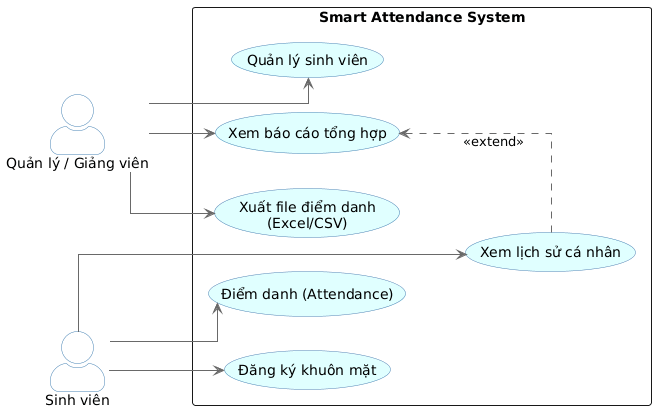
Above: uml/usecase.png in LeVietThanh1412/BTL-2526II_AIT3004_2-smart_attendance_system (PlantUML), before the change. Its diagram source:
```plantuml
@startuml
left to right direction
skinparam packageStyle rectangle
skinparam actorStyle awesome
skinparam linetype ortho

skinparam usecase {
    BackgroundColor LightCyan
    BorderColor SteelBlue
    ArrowColor DimGray
    FontName Arial
}
skinparam actor {
    BackgroundColor White
    BorderColor SteelBlue
    FontName Arial
}

actor "Sinh viên" as SV
actor "Quản lý / Giảng viên" as GV

rectangle "Smart Attendance System" {

    usecase "Đăng ký khuôn mặt" as UC_Register
    usecase "Điểm danh (Attendance)" as UC_CheckIn
    usecase "Xem lịch sử cá nhân" as UC_PersonalHistory

    usecase "Quản lý sinh viên" as UC_ManageStudents
    usecase "Xem báo cáo tổng hợp" as UC_ViewReport
    usecase "Xuất file điểm danh\n(Excel/CSV)" as UC_ExportReport
}

SV --> UC_Register
SV --> UC_CheckIn
SV --> UC_PersonalHistory

GV --> UC_ManageStudents
GV --> UC_ViewReport
GV --> UC_ExportReport

UC_PersonalHistory .up.> UC_ViewReport : <<extend>>
@enduml
```
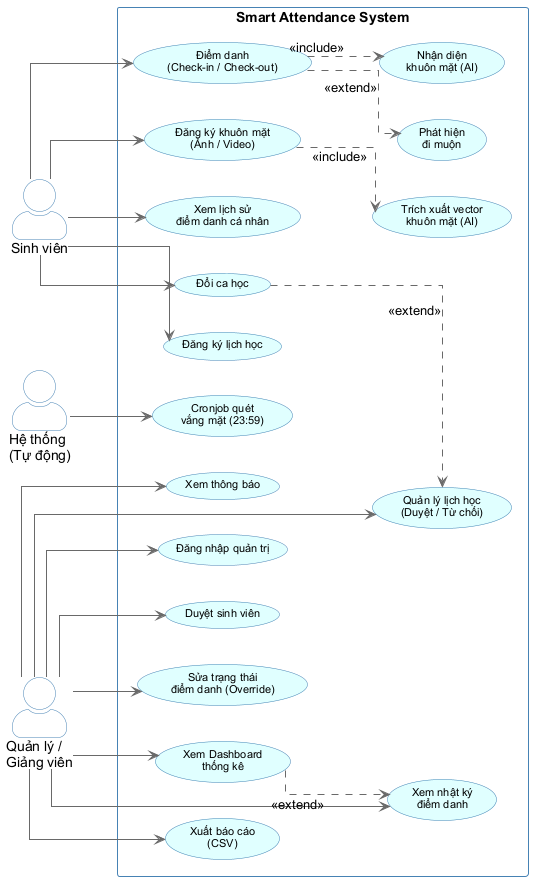
Later version of the same file.

Change to the diagram source:
```diff
@@ -1,4 +1,4 @@
-@startuml
+@startuml UseCase_Diagram
 left to right direction
 skinparam packageStyle rectangle
 skinparam actorStyle awesome
@@ -9,34 +9,68 @@
     BorderColor SteelBlue
     ArrowColor DimGray
     FontName Arial
+    FontSize 11
 }
 skinparam actor {
     BackgroundColor White
     BorderColor SteelBlue
     FontName Arial
 }
+skinparam rectangle {
+    BorderColor SteelBlue
+    FontName Arial
+}
 
 actor "Sinh viên" as SV
-actor "Quản lý / Giảng viên" as GV
+actor "Quản lý /\nGiảng viên" as GV
+actor "Hệ thống\n(Tự động)" as SYS
 
 rectangle "Smart Attendance System" {
 
-    usecase "Đăng ký khuôn mặt" as UC_Register
-    usecase "Điểm danh (Attendance)" as UC_CheckIn
-    usecase "Xem lịch sử cá nhân" as UC_PersonalHistory
+    usecase "Đăng ký khuôn mặt\n(Ảnh / Video)" as UC_Register
+    usecase "Đăng ký lịch học" as UC_Schedule
+    usecase "Đổi ca học" as UC_ChangeShift
+    usecase "Điểm danh\n(Check-in / Check-out)" as UC_CheckIn
+    usecase "Xem lịch sử\nđiểm danh cá nhân" as UC_PersonalHistory
 
-    usecase "Quản lý sinh viên" as UC_ManageStudents
-    usecase "Xem báo cáo tổng hợp" as UC_ViewReport
-    usecase "Xuất file điểm danh\n(Excel/CSV)" as UC_ExportReport
+    usecase "Đăng nhập quản trị" as UC_Login
+    usecase "Duyệt sinh viên" as UC_Approve
+    usecase "Quản lý lịch học\n(Duyệt / Từ chối)" as UC_ManageSchedule
+    usecase "Sửa trạng thái\nđiểm danh (Override)" as UC_Override
+    usecase "Xem Dashboard\nthống kê" as UC_Dashboard
+    usecase "Xem nhật ký\nđiểm danh" as UC_ViewLogs
+    usecase "Xuất báo cáo\n(CSV)" as UC_ExportCSV
+    usecase "Xem thông báo" as UC_Notification
+
+    usecase "Trích xuất vector\nkhuôn mặt (AI)" as UC_ExtractVector
+    usecase "Nhận diện\nkhuôn mặt (AI)" as UC_FaceMatch
+    usecase "Phát hiện\nđi muộn" as UC_DetectLate
+    usecase "Cronjob quét\nvắng mặt (23:59)" as UC_CronAbsent
 }
 
 SV --> UC_Register
+SV --> UC_Schedule
+SV --> UC_ChangeShift
 SV --> UC_CheckIn
 SV --> UC_PersonalHistory
 
-GV --> UC_ManageStudents
-GV --> UC_ViewReport
-GV --> UC_ExportReport
+GV --> UC_Login
+GV --> UC_Approve
+GV --> UC_ManageSchedule
+GV --> UC_Override
+GV --> UC_Dashboard
+GV --> UC_ViewLogs
+GV --> UC_ExportCSV
+GV --> UC_Notification
 
-UC_PersonalHistory .up.> UC_ViewReport : <<extend>>
+SYS --> UC_CronAbsent
+
+UC_Register ..> UC_ExtractVector : <<include>>
+UC_CheckIn ..> UC_FaceMatch : <<include>>
+
+UC_CheckIn ..> UC_DetectLate : <<extend>>
+UC_Dashboard ..> UC_ViewLogs : <<extend>>
+
+UC_ChangeShift ..> UC_ManageSchedule : <<extend>>
+
 @enduml
```
